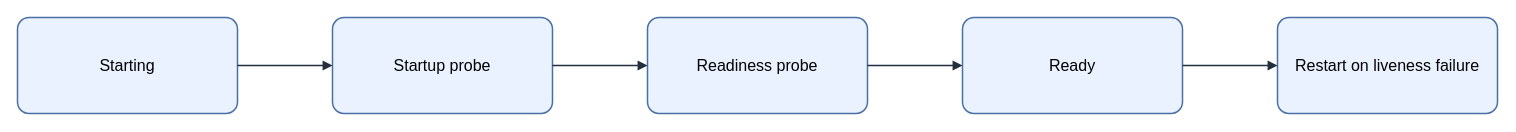
Earlier version of the draw.io diagram assets/img/kubernetes/probe-state-flow.drawio (KKamJi98/kkamji98.github.io). Source tidied: cells renumbered, new cells numbered last; positions are measured from the earlier drawing's top-left corner, leaving out a move shared by most shapes. Both pictures are drawn from the tidied source at 100%, with x=0, y=0 at pixel (17, 17).
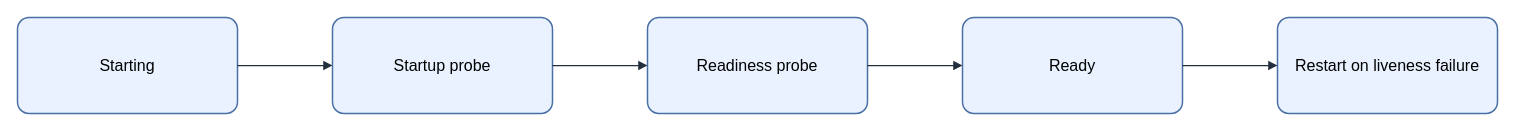
Above is the later version.

Change to the diagram source:
```diff
@@
 <mxGraphModel background="#FFFFFF">
   <root>
     <mxCell id="0" />
     <mxCell id="1" parent="0" />
-    <mxCell id="2" value="&lt;font style=&quot;color: rgb(0, 0, 0);&quot;&gt;Starting&lt;/font&gt;" style="rounded=1;arcSize=12;whiteSpace=wrap;html=1;fillColor=#EAF2FF;strokeColor=#4A6FA5;strokeWidth=1.5;fontColor=#000000;fontSize=16;align=center;verticalAlign=middle;spacing=8;shadow=0;" parent="1" vertex="1">
+    <mxCell id="2" value="Starting" style="rounded=1;arcSize=12;whiteSpace=wrap;html=0;fillColor=#EAF2FF;strokeColor=#4A6FA5;strokeWidth=1.5;fontColor=#000000;fontSize=16;align=center;verticalAlign=middle;spacing=8;shadow=0;" parent="1" vertex="1">
       <mxGeometry width="220" height="96" as="geometry" />
     </mxCell>
-    <mxCell id="3" value="&lt;font style=&quot;color: rgb(0, 0, 0);&quot;&gt;Startup probe&lt;/font&gt;" style="rounded=1;arcSize=12;whiteSpace=wrap;html=1;fillColor=#EAF2FF;strokeColor=#4A6FA5;strokeWidth=1.5;fontColor=#000000;fontSize=16;align=center;verticalAlign=middle;spacing=8;shadow=0;" parent="1" vertex="1">
+    <mxCell id="3" value="Startup probe" style="rounded=1;arcSize=12;whiteSpace=wrap;html=0;fillColor=#EAF2FF;strokeColor=#4A6FA5;strokeWidth=1.5;fontColor=#000000;fontSize=16;align=center;verticalAlign=middle;spacing=8;shadow=0;" parent="1" vertex="1">
       <mxGeometry x="315" width="220" height="96" as="geometry" />
     </mxCell>
-    <mxCell id="4" value="&lt;font style=&quot;color: rgb(0, 0, 0);&quot;&gt;Readiness probe&lt;/font&gt;" style="rounded=1;arcSize=12;whiteSpace=wrap;html=1;fillColor=#EAF2FF;strokeColor=#4A6FA5;strokeWidth=1.5;fontColor=#000000;fontSize=16;align=center;verticalAlign=middle;spacing=8;shadow=0;" parent="1" vertex="1">
+    <mxCell id="4" value="Readiness probe" style="rounded=1;arcSize=12;whiteSpace=wrap;html=0;fillColor=#EAF2FF;strokeColor=#4A6FA5;strokeWidth=1.5;fontColor=#000000;fontSize=16;align=center;verticalAlign=middle;spacing=8;shadow=0;" parent="1" vertex="1">
       <mxGeometry x="630" width="220" height="96" as="geometry" />
     </mxCell>
-    <mxCell id="5" value="&lt;font style=&quot;color: rgb(0, 0, 0);&quot;&gt;Ready&lt;/font&gt;" style="rounded=1;arcSize=12;whiteSpace=wrap;html=1;fillColor=#EAF2FF;strokeColor=#4A6FA5;strokeWidth=1.5;fontColor=#000000;fontSize=16;align=center;verticalAlign=middle;spacing=8;shadow=0;" parent="1" vertex="1">
+    <mxCell id="5" value="Ready" style="rounded=1;arcSize=12;whiteSpace=wrap;html=0;fillColor=#EAF2FF;strokeColor=#4A6FA5;strokeWidth=1.5;fontColor=#000000;fontSize=16;align=center;verticalAlign=middle;spacing=8;shadow=0;" parent="1" vertex="1">
       <mxGeometry x="945" width="220" height="96" as="geometry" />
     </mxCell>
-    <mxCell id="6" value="&lt;font style=&quot;color: rgb(0, 0, 0);&quot;&gt;Restart on liveness failure&lt;/font&gt;" style="rounded=1;arcSize=12;whiteSpace=wrap;html=1;fillColor=#EAF2FF;strokeColor=#4A6FA5;strokeWidth=1.5;fontColor=#000000;fontSize=16;align=center;verticalAlign=middle;spacing=8;shadow=0;" parent="1" vertex="1">
+    <mxCell id="6" value="Restart on liveness failure" style="rounded=1;arcSize=12;whiteSpace=wrap;html=0;fillColor=#EAF2FF;strokeColor=#4A6FA5;strokeWidth=1.5;fontColor=#000000;fontSize=16;align=center;verticalAlign=middle;spacing=8;shadow=0;" parent="1" vertex="1">
       <mxGeometry x="1260" width="220" height="96" as="geometry" />
     </mxCell>
-    <mxCell id="7" style="edgeStyle=orthogonalEdgeStyle;rounded=0;jettySize=auto;html=1;endArrow=block;endFill=1;strokeColor=#232F3E;strokeWidth=1.5;fontColor=#000000;labelBackgroundColor=none;exitX=1;exitY=0.5;exitDx=0;exitDy=0;entryX=0;entryY=0.5;entryDx=0;entryDy=0;" parent="1" edge="1" source="2" target="3">
+    <mxCell id="7" style="edgeStyle=orthogonalEdgeStyle;rounded=0;jettySize=auto;html=0;endArrow=block;endFill=1;strokeColor=#232F3E;strokeWidth=1.25;fontColor=#000000;labelBackgroundColor=none;exitX=1;exitY=0.5;exitDx=0;exitDy=0;entryX=0;entryY=0.5;entryDx=0;entryDy=0;" parent="1" edge="1" source="2" target="3">
       <mxGeometry relative="1" as="geometry" />
     </mxCell>
-    <mxCell id="8" style="edgeStyle=orthogonalEdgeStyle;rounded=0;jettySize=auto;html=1;endArrow=block;endFill=1;strokeColor=#232F3E;strokeWidth=1.5;fontColor=#000000;labelBackgroundColor=none;exitX=1;exitY=0.5;exitDx=0;exitDy=0;entryX=0;entryY=0.5;entryDx=0;entryDy=0;" parent="1" edge="1" source="3" target="4">
+    <mxCell id="8" style="edgeStyle=orthogonalEdgeStyle;rounded=0;jettySize=auto;html=0;endArrow=block;endFill=1;strokeColor=#232F3E;strokeWidth=1.25;fontColor=#000000;labelBackgroundColor=none;exitX=1;exitY=0.5;exitDx=0;exitDy=0;entryX=0;entryY=0.5;entryDx=0;entryDy=0;" parent="1" edge="1" source="3" target="4">
       <mxGeometry relative="1" as="geometry" />
     </mxCell>
-    <mxCell id="9" style="edgeStyle=orthogonalEdgeStyle;rounded=0;jettySize=auto;html=1;endArrow=block;endFill=1;strokeColor=#232F3E;strokeWidth=1.5;fontColor=#000000;labelBackgroundColor=none;exitX=1;exitY=0.5;exitDx=0;exitDy=0;entryX=0;entryY=0.5;entryDx=0;entryDy=0;" parent="1" edge="1" source="4" target="5">
+    <mxCell id="9" style="edgeStyle=orthogonalEdgeStyle;rounded=0;jettySize=auto;html=0;endArrow=block;endFill=1;strokeColor=#232F3E;strokeWidth=1.25;fontColor=#000000;labelBackgroundColor=none;exitX=1;exitY=0.5;exitDx=0;exitDy=0;entryX=0;entryY=0.5;entryDx=0;entryDy=0;" parent="1" edge="1" source="4" target="5">
       <mxGeometry relative="1" as="geometry" />
     </mxCell>
-    <mxCell id="10" style="edgeStyle=orthogonalEdgeStyle;rounded=0;jettySize=auto;html=1;endArrow=block;endFill=1;strokeColor=#232F3E;strokeWidth=1.5;fontColor=#000000;labelBackgroundColor=none;exitX=1;exitY=0.5;exitDx=0;exitDy=0;entryX=0;entryY=0.5;entryDx=0;entryDy=0;" parent="1" edge="1" source="5" target="6">
+    <mxCell id="10" style="edgeStyle=orthogonalEdgeStyle;rounded=0;jettySize=auto;html=0;endArrow=block;endFill=1;strokeColor=#232F3E;strokeWidth=1.25;fontColor=#000000;labelBackgroundColor=none;exitX=1;exitY=0.5;exitDx=0;exitDy=0;entryX=0;entryY=0.5;entryDx=0;entryDy=0;" parent="1" edge="1" source="5" target="6">
       <mxGeometry relative="1" as="geometry" />
     </mxCell>
   </root>
 </mxGraphModel>
```
